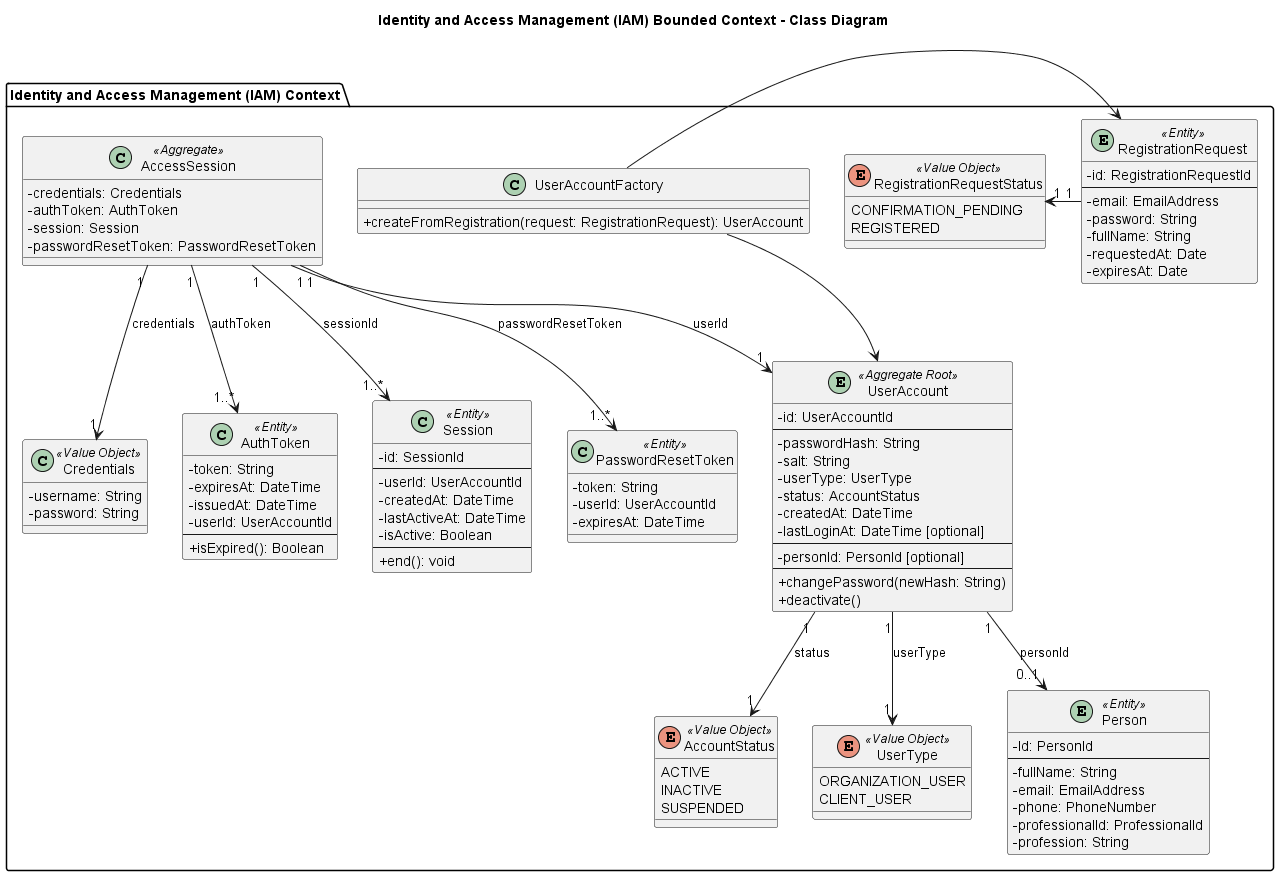
The PlantUML diagram img/chapter4/oop/iam.png in GalaxiaWonder-AppsWeb/ProjectReport, before a commit.
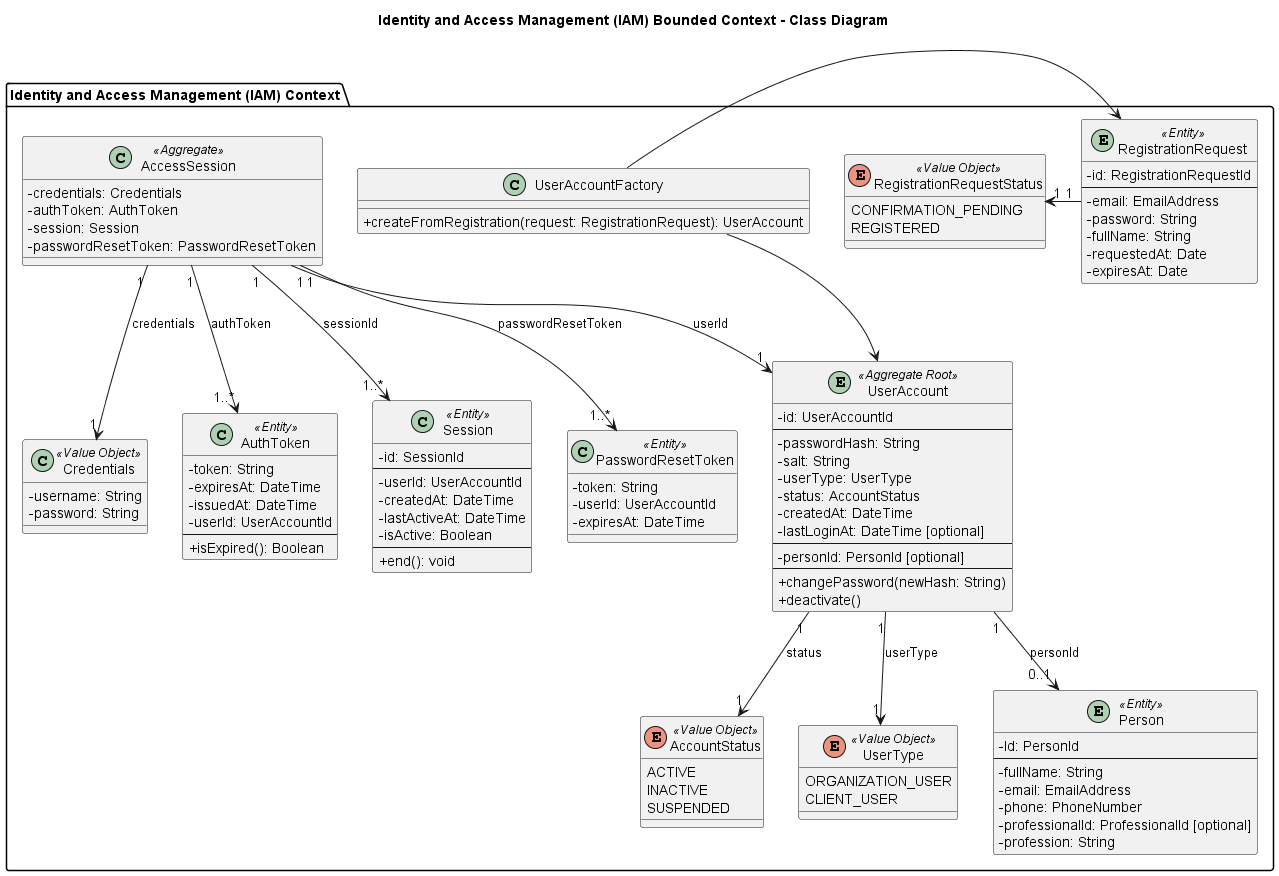
After the change.

The edit, as a diff of the source:
```diff
@@ -86,9 +86,10 @@
         - fullName: String
         - email: EmailAddress
         - phone: PhoneNumber
-        - professionalId: ProfessionalId
+        - professionalId: ProfessionalId [optional]
         - profession: String
     }
+
 
     class AccessSession <<Aggregate>> {
         - credentials: Credentials
@@ -96,10 +97,10 @@
         - session: Session
         - passwordResetToken: PasswordResetToken
     }
+
     class UserAccountFactory {
         + createFromRegistration(request: RegistrationRequest): UserAccount
     }
-
 
     AccessSession "1" --> "1" UserAccount : userId
     AccessSession "1" --> "1..*" AuthToken : authToken
```
